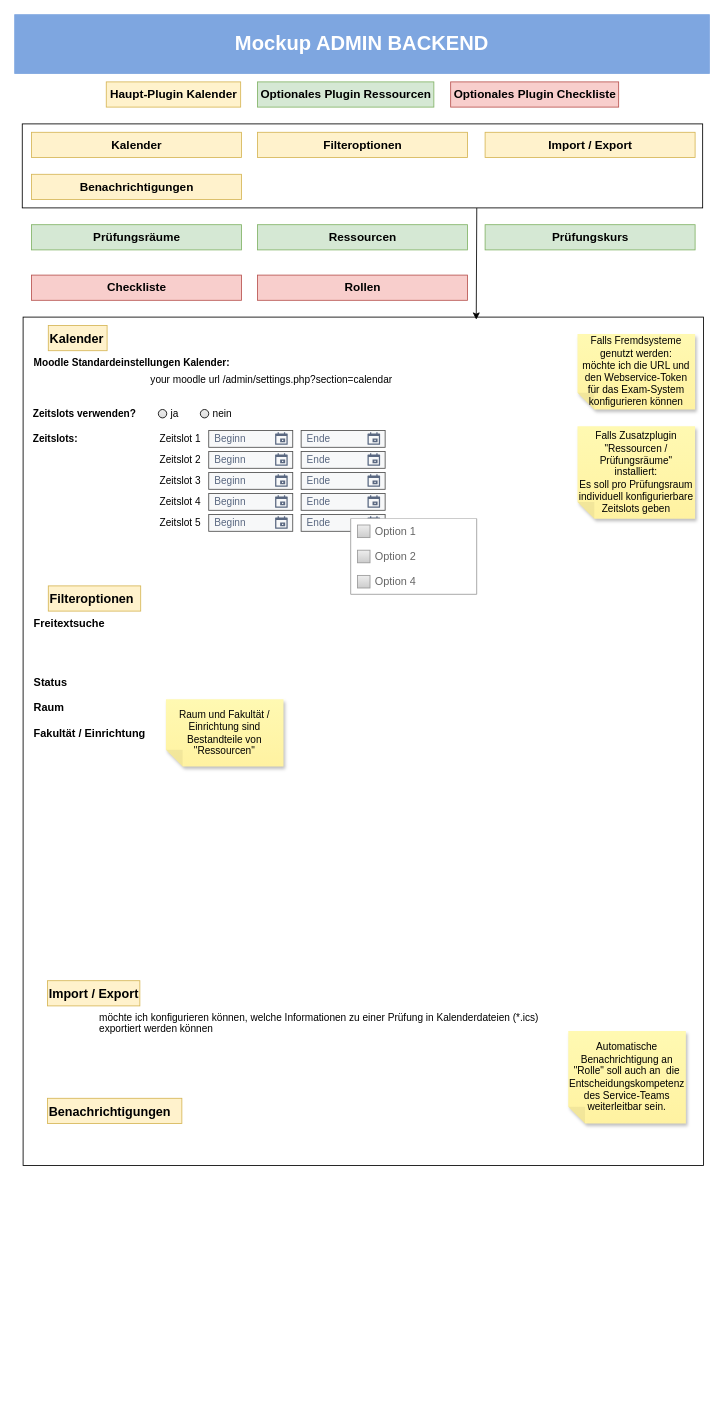
melanietreitinger/buchungstool keeps this draw.io diagram as page "Adminoberfläche" (2 of 2) of Administrator.drawio. Above is the earlier version. Source tidied: cells renumbered, new cells numbered last; positions are measured from the earlier drawing's top-left corner, leaving out a move shared by most shapes. Both pictures are drawn from the tidied source at 84%, with x=0, y=0 at pixel (14, 14).
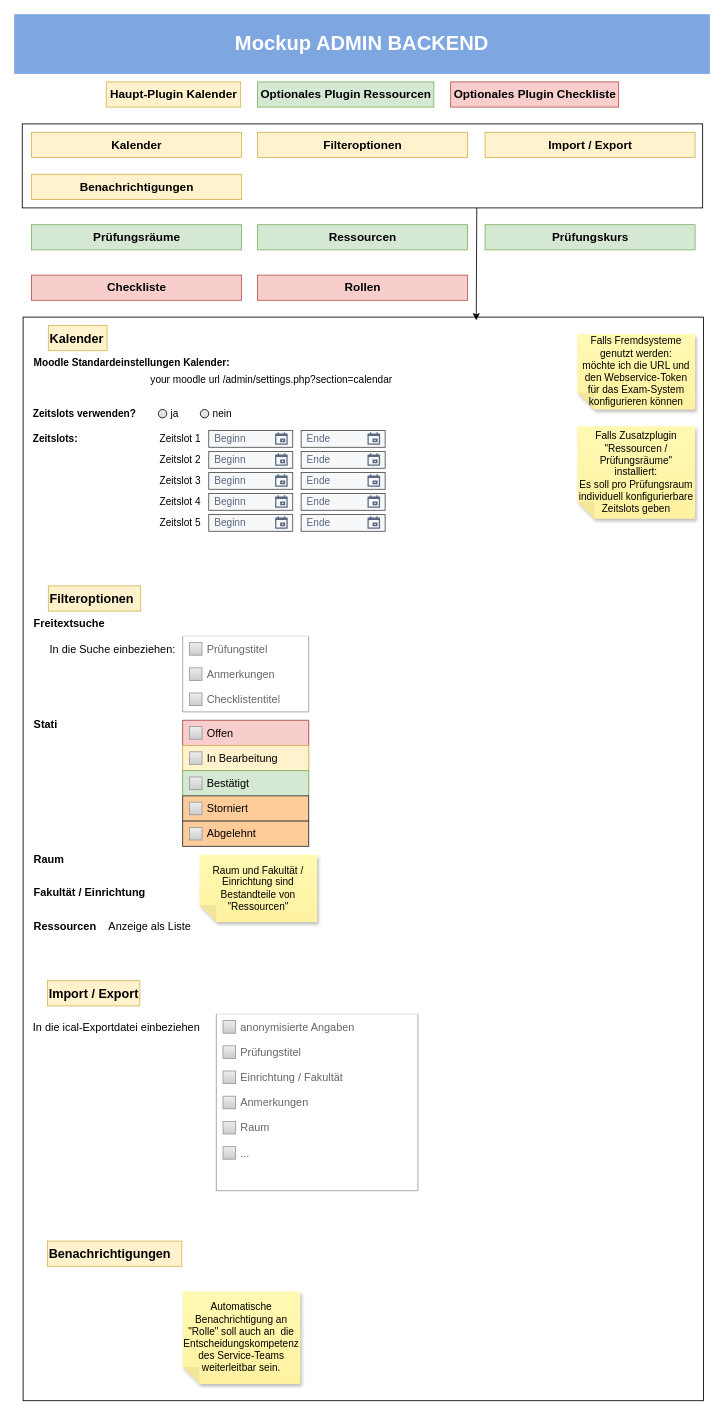
After the change.

The edit, as a diff of the source:
```diff
@@
     <mxCell id="16" style="whiteSpace=wrap;html=1;fillColor=none;" parent="15" vertex="1">
-      <mxGeometry x="10" y="360" width="810" height="1010" as="geometry" />
+      <mxGeometry x="10" y="360" width="810" height="1290" as="geometry" />
     </mxCell>
@@
     <mxCell id="22" value="&lt;font style=&quot;font-size: 15px;&quot;&gt;&lt;b&gt;Benachrichtigungen&lt;/b&gt;&lt;/font&gt;" style="text;strokeColor=#d6b656;align=left;fillColor=#fff2cc;html=1;verticalAlign=middle;whiteSpace=wrap;rounded=0;" parent="15" vertex="1">
-      <mxGeometry x="39" y="1290" width="160" height="30" as="geometry" />
+      <mxGeometry x="39" y="1460" width="160" height="30" as="geometry" />
     </mxCell>
-    <mxCell id="23" value="möchte ich konfigurieren können, welche Informationen zu einer Prüfung in Kalenderdateien (*.ics) exportiert werden können" style="text;whiteSpace=wrap;" parent="15" vertex="1">
-      <mxGeometry x="99" y="1180" width="560" height="50" as="geometry" />
-    </mxCell>
     <mxCell id="24" value="Automatische Benachrichtigung an &quot;Rolle&quot; soll auch an&amp;nbsp; die Entscheidungskompetenz des Service-Teams weiterleitbar sein." style="shape=note;whiteSpace=wrap;html=1;backgroundOutline=1;fontColor=#000000;darkOpacity=0.05;fillColor=#FFF9B2;strokeColor=none;fillStyle=solid;direction=west;gradientDirection=north;gradientColor=#FFF2A1;shadow=1;size=20;" parent="15" vertex="1">
-      <mxGeometry x="659" y="1210" width="140" height="110" as="geometry" />
+      <mxGeometry x="200" y="1520" width="140" height="110" as="geometry" />
     </mxCell>
@@
     <mxCell id="68" value="&lt;span style=&quot;font-size: 13px;&quot;&gt;Raum&lt;/span&gt;" style="text;strokeColor=none;align=left;fillColor=none;html=1;verticalAlign=middle;whiteSpace=wrap;rounded=0;fontStyle=1;fontColor=#000000;" parent="15" vertex="1">
-      <mxGeometry x="21" y="810" width="90" height="30" as="geometry" />
+      <mxGeometry x="21" y="990" width="90" height="30" as="geometry" />
     </mxCell>
     <mxCell id="69" value="&lt;span style=&quot;font-size: 13px;&quot;&gt;Fakultät / Einrichtung&lt;/span&gt;" style="text;strokeColor=none;align=left;fillColor=none;html=1;verticalAlign=middle;whiteSpace=wrap;rounded=0;fontStyle=1;fontColor=#000000;" parent="15" vertex="1">
-      <mxGeometry x="21" y="840" width="150" height="30" as="geometry" />
+      <mxGeometry x="21" y="1030" width="150" height="30" as="geometry" />
     </mxCell>
-    <mxCell id="70" value="&lt;span style=&quot;font-size: 13px;&quot;&gt;Status&lt;/span&gt;" style="text;strokeColor=none;align=left;fillColor=none;html=1;verticalAlign=middle;whiteSpace=wrap;rounded=0;fontStyle=1;fontColor=#000000;" parent="15" vertex="1">
-      <mxGeometry x="21" y="780" width="90" height="30" as="geometry" />
+    <mxCell id="70" value="&lt;span style=&quot;font-size: 13px;&quot;&gt;Stati&lt;/span&gt;" style="text;strokeColor=none;align=left;fillColor=none;html=1;verticalAlign=middle;whiteSpace=wrap;rounded=0;fontStyle=1;fontColor=#000000;" parent="15" vertex="1">
+      <mxGeometry x="21" y="830" width="90" height="30" as="geometry" />
     </mxCell>
     <mxCell id="71" value="Raum und Fakultät / Einrichtung sind Bestandteile von &quot;Ressourcen&quot;" style="shape=note;whiteSpace=wrap;html=1;backgroundOutline=1;fontColor=#000000;darkOpacity=0.05;fillColor=#FFF9B2;strokeColor=none;fillStyle=solid;direction=west;gradientDirection=north;gradientColor=#FFF2A1;shadow=1;size=20;" parent="15" vertex="1">
-      <mxGeometry x="180" y="815" width="140" height="80" as="geometry" />
+      <mxGeometry x="220" y="1000" width="140" height="80" as="geometry" />
     </mxCell>
     <mxCell id="72" style="swimlane;strokeColor=#999999;swimlaneFillColor=#FFFFFF;fillColor=#ffffff;fontColor=#666666;fontStyle=0;horizontal=1;startSize=0;whiteSpace=wrap;html=1;fontSize=11;" parent="15" vertex="1">
-      <mxGeometry x="400" y="600" width="150" height="90" as="geometry" />
+      <mxGeometry x="200" y="740" width="150" height="90" as="geometry" />
     </mxCell>
-    <mxCell id="73" value="Option 1" style="text;strokeColor=none;align=left;verticalAlign=middle;spacingLeft=27;spacingRight=10;overflow=hidden;whiteSpace=wrap;html=1;fillColor=none;fontColor=inherit;fontSize=13;" parent="72" vertex="1">
+    <mxCell id="73" value="Prüfungstitel" style="text;strokeColor=none;align=left;verticalAlign=middle;spacingLeft=27;spacingRight=10;overflow=hidden;whiteSpace=wrap;html=1;fillColor=none;fontColor=inherit;fontSize=13;fixDash=0;" parent="72" vertex="1">
       <mxGeometry width="150" height="30" as="geometry" />
     </mxCell>
@@
-    <mxCell id="75" value="Option 2" style="text;strokeColor=none;align=left;verticalAlign=middle;spacingLeft=27;spacingRight=10;overflow=hidden;whiteSpace=wrap;html=1;rSize=5;fillColor=none;fontColor=inherit;fontSize=13;" parent="72" vertex="1">
+    <mxCell id="75" value="Anmerkungen" style="text;strokeColor=none;align=left;verticalAlign=middle;spacingLeft=27;spacingRight=10;overflow=hidden;whiteSpace=wrap;html=1;rSize=5;fillColor=none;fontColor=inherit;fontSize=13;" parent="72" vertex="1">
       <mxGeometry y="30" width="150" height="30" as="geometry" />
     </mxCell>
@@
-    <mxCell id="77" value="Option 4" style="text;strokeColor=none;align=left;verticalAlign=middle;spacingLeft=27;spacingRight=10;overflow=hidden;whiteSpace=wrap;html=1;fillColor=none;fontColor=inherit;fontSize=13;" parent="72" vertex="1">
+    <mxCell id="77" value="Checklistentitel" style="text;strokeColor=none;align=left;verticalAlign=middle;spacingLeft=27;spacingRight=10;overflow=hidden;whiteSpace=wrap;html=1;fillColor=none;fontColor=inherit;fontSize=13;" parent="72" vertex="1">
       <mxGeometry y="60" width="150" height="30" as="geometry" />
     </mxCell>
@@
+    <mxCell id="79" value="&lt;span style=&quot;font-size: 13px;&quot;&gt;In die Suche einbeziehen:&lt;/span&gt;" style="text;strokeColor=none;align=left;fillColor=none;html=1;verticalAlign=middle;whiteSpace=wrap;rounded=0;fontStyle=0;fontColor=#000000;" parent="15" vertex="1">
+      <mxGeometry x="40" y="740" width="170" height="30" as="geometry" />
+    </mxCell>
+    <mxCell id="80" value="&lt;span style=&quot;font-size: 13px;&quot;&gt;Ressourcen&lt;/span&gt;" style="text;strokeColor=none;align=left;fillColor=none;html=1;verticalAlign=middle;whiteSpace=wrap;rounded=0;fontStyle=1;fontColor=#000000;" parent="15" vertex="1">
+      <mxGeometry x="21" y="1070" width="150" height="30" as="geometry" />
+    </mxCell>
+    <mxCell id="81" value="&lt;span style=&quot;font-size: 13px;&quot;&gt;Anzeige als Liste&lt;/span&gt;" style="text;strokeColor=none;align=left;fillColor=none;html=1;verticalAlign=middle;whiteSpace=wrap;rounded=0;fontStyle=0;fontColor=#000000;" parent="15" vertex="1">
+      <mxGeometry x="110" y="1070" width="110" height="30" as="geometry" />
+    </mxCell>
+    <mxCell id="82" style="swimlane;strokeColor=#999999;swimlaneFillColor=#FFFFFF;fillColor=#ffffff;fontColor=#666666;fontStyle=0;horizontal=1;startSize=0;whiteSpace=wrap;html=1;fontSize=11;" parent="15" vertex="1">
+      <mxGeometry x="200" y="840" width="150" height="150" as="geometry" />
+    </mxCell>
+    <mxCell id="83" value="Offen" style="text;strokeColor=#b85450;align=left;verticalAlign=middle;spacingLeft=27;spacingRight=10;overflow=hidden;whiteSpace=wrap;html=1;fillColor=#f8cecc;fontSize=13;" parent="82" vertex="1">
+      <mxGeometry width="150" height="30" as="geometry" />
+    </mxCell>
+    <mxCell id="84" style="fillColor=#EEEEEE;strokeColor=#999999;gradientColor=#cccccc;html=1;noLabel=0;" parent="83" vertex="1">
+      <mxGeometry y="0.5" width="15" height="15" relative="1" as="geometry">
+        <mxPoint x="8" y="-7.5" as="offset" />
+      </mxGeometry>
+    </mxCell>
+    <mxCell id="85" value="In Bearbeitung" style="text;strokeColor=#d6b656;align=left;verticalAlign=middle;spacingLeft=27;spacingRight=10;overflow=hidden;whiteSpace=wrap;html=1;fillColor=#fff2cc;fontSize=13;" parent="82" vertex="1">
+      <mxGeometry y="30" width="150" height="30" as="geometry" />
+    </mxCell>
+    <mxCell id="86" style="fillColor=#EEEEEE;strokeColor=#999999;gradientColor=#cccccc;html=1;noLabel=0;" parent="85" vertex="1">
+      <mxGeometry y="0.5" width="15" height="15" relative="1" as="geometry">
+        <mxPoint x="8" y="-7.5" as="offset" />
+      </mxGeometry>
+    </mxCell>
+    <mxCell id="87" value="Bestätigt" style="text;strokeColor=#82b366;align=left;verticalAlign=middle;spacingLeft=27;spacingRight=10;overflow=hidden;whiteSpace=wrap;html=1;fillColor=#d5e8d4;fontSize=13;" parent="82" vertex="1">
+      <mxGeometry y="60" width="150" height="30" as="geometry" />
+    </mxCell>
+    <mxCell id="88" style="fillColor=#EEEEEE;strokeColor=#999999;gradientColor=#cccccc;html=1;noLabel=0;" parent="87" vertex="1">
+      <mxGeometry y="0.5" width="15" height="15" relative="1" as="geometry">
+        <mxPoint x="8" y="-7.5" as="offset" />
+      </mxGeometry>
+    </mxCell>
+    <mxCell id="89" value="Storniert" style="text;strokeColor=#36393d;align=left;verticalAlign=middle;spacingLeft=27;spacingRight=10;overflow=hidden;whiteSpace=wrap;html=1;rSize=5;fillColor=#ffcc99;fontSize=13;" parent="82" vertex="1">
+      <mxGeometry y="90" width="150" height="30" as="geometry" />
+    </mxCell>
+    <mxCell id="90" style="fillColor=#EEEEEE;strokeColor=#999999;gradientColor=#cccccc;html=1;" parent="89" vertex="1">
+      <mxGeometry y="0.5" width="15" height="15" relative="1" as="geometry">
+        <mxPoint x="8" y="-7.5" as="offset" />
+      </mxGeometry>
+    </mxCell>
+    <mxCell id="91" value="Abgelehnt" style="text;strokeColor=#36393d;align=left;verticalAlign=middle;spacingLeft=27;spacingRight=10;overflow=hidden;whiteSpace=wrap;html=1;rSize=5;fillColor=#ffcc99;fontSize=13;" parent="82" vertex="1">
+      <mxGeometry y="120" width="150" height="30" as="geometry" />
+    </mxCell>
+    <mxCell id="92" style="fillColor=#EEEEEE;strokeColor=#999999;gradientColor=#cccccc;html=1;" parent="91" vertex="1">
+      <mxGeometry y="0.5" width="15" height="15" relative="1" as="geometry">
+        <mxPoint x="8" y="-7.5" as="offset" />
+      </mxGeometry>
+    </mxCell>
+    <mxCell id="93" style="swimlane;strokeColor=#999999;swimlaneFillColor=#FFFFFF;fillColor=#ffffff;fontColor=#666666;fontStyle=0;horizontal=1;startSize=0;whiteSpace=wrap;html=1;fontSize=11;" parent="15" vertex="1">
+      <mxGeometry x="240" y="1190" width="240" height="210" as="geometry" />
+    </mxCell>
+    <mxCell id="94" value="anonymisierte Angaben" style="text;strokeColor=none;align=left;verticalAlign=middle;spacingLeft=27;spacingRight=10;overflow=hidden;whiteSpace=wrap;html=1;fillColor=none;fontColor=inherit;fontSize=13;fixDash=0;" parent="93" vertex="1">
+      <mxGeometry width="240" height="30" as="geometry" />
+    </mxCell>
+    <mxCell id="95" style="fillColor=#EEEEEE;strokeColor=#999999;gradientColor=#cccccc;html=1;noLabel=0;" parent="94" vertex="1">
+      <mxGeometry y="0.5" width="15" height="15" relative="1" as="geometry">
+        <mxPoint x="8" y="-7.5" as="offset" />
+      </mxGeometry>
+    </mxCell>
+    <mxCell id="96" value="Prüfungstitel" style="text;strokeColor=none;align=left;verticalAlign=middle;spacingLeft=27;spacingRight=10;overflow=hidden;whiteSpace=wrap;html=1;fillColor=none;fontColor=inherit;fontSize=13;fixDash=0;" parent="93" vertex="1">
+      <mxGeometry y="30" width="240" height="30" as="geometry" />
+    </mxCell>
+    <mxCell id="97" style="fillColor=#EEEEEE;strokeColor=#999999;gradientColor=#cccccc;html=1;noLabel=0;" parent="96" vertex="1">
+      <mxGeometry y="0.5" width="15" height="15" relative="1" as="geometry">
+        <mxPoint x="8" y="-7.5" as="offset" />
+      </mxGeometry>
+    </mxCell>
+    <mxCell id="98" value="Einrichtung / Fakultät" style="text;strokeColor=none;align=left;verticalAlign=middle;spacingLeft=27;spacingRight=10;overflow=hidden;whiteSpace=wrap;html=1;fillColor=none;fontColor=inherit;fontSize=13;fixDash=0;" parent="93" vertex="1">
+      <mxGeometry y="60" width="240" height="30" as="geometry" />
+    </mxCell>
+    <mxCell id="99" style="fillColor=#EEEEEE;strokeColor=#999999;gradientColor=#cccccc;html=1;noLabel=0;" parent="98" vertex="1">
+      <mxGeometry y="0.5" width="15" height="15" relative="1" as="geometry">
+        <mxPoint x="8" y="-7.5" as="offset" />
+      </mxGeometry>
+    </mxCell>
+    <mxCell id="100" value="Anmerkungen" style="text;strokeColor=none;align=left;verticalAlign=middle;spacingLeft=27;spacingRight=10;overflow=hidden;whiteSpace=wrap;html=1;rSize=5;fillColor=none;fontColor=inherit;fontSize=13;" parent="93" vertex="1">
+      <mxGeometry y="90" width="240" height="30" as="geometry" />
+    </mxCell>
+    <mxCell id="101" style="fillColor=#EEEEEE;strokeColor=#999999;gradientColor=#cccccc;html=1;" parent="100" vertex="1">
+      <mxGeometry y="0.5" width="15" height="15" relative="1" as="geometry">
+        <mxPoint x="8" y="-7.5" as="offset" />
+      </mxGeometry>
+    </mxCell>
+    <mxCell id="102" value="Raum" style="text;strokeColor=none;align=left;verticalAlign=middle;spacingLeft=27;spacingRight=10;overflow=hidden;whiteSpace=wrap;html=1;fillColor=none;fontColor=inherit;fontSize=13;" parent="93" vertex="1">
+      <mxGeometry y="120" width="240" height="30" as="geometry" />
+    </mxCell>
+    <mxCell id="103" style="fillColor=#EEEEEE;strokeColor=#999999;gradientColor=#cccccc;html=1;" parent="102" vertex="1">
+      <mxGeometry y="0.5" width="15" height="15" relative="1" as="geometry">
+        <mxPoint x="8" y="-7.5" as="offset" />
+      </mxGeometry>
+    </mxCell>
+    <mxCell id="104" value="..." style="text;strokeColor=none;align=left;verticalAlign=middle;spacingLeft=27;spacingRight=10;overflow=hidden;whiteSpace=wrap;html=1;fillColor=none;fontColor=inherit;fontSize=13;" parent="93" vertex="1">
+      <mxGeometry y="150" width="240" height="30" as="geometry" />
+    </mxCell>
+    <mxCell id="105" style="fillColor=#EEEEEE;strokeColor=#999999;gradientColor=#cccccc;html=1;" parent="104" vertex="1">
+      <mxGeometry y="0.5" width="15" height="15" relative="1" as="geometry">
+        <mxPoint x="8" y="-7.5" as="offset" />
+      </mxGeometry>
+    </mxCell>
+    <mxCell id="106" style="text;strokeColor=none;align=left;verticalAlign=middle;spacingLeft=27;spacingRight=10;overflow=hidden;whiteSpace=wrap;html=1;rSize=5;fillColor=none;fontColor=inherit;fontSize=13;" parent="93" vertex="1">
+      <mxGeometry y="180" width="240" height="30" as="geometry" />
+    </mxCell>
+    <mxCell id="107" value="&lt;span style=&quot;font-size: 13px;&quot;&gt;In die ical-Exportdatei einbeziehen&lt;/span&gt;" style="text;strokeColor=none;align=left;fillColor=none;html=1;verticalAlign=middle;whiteSpace=wrap;rounded=0;fontStyle=0;fontColor=#000000;" parent="15" vertex="1">
+      <mxGeometry x="20" y="1190" width="210" height="30" as="geometry" />
+    </mxCell>
```
